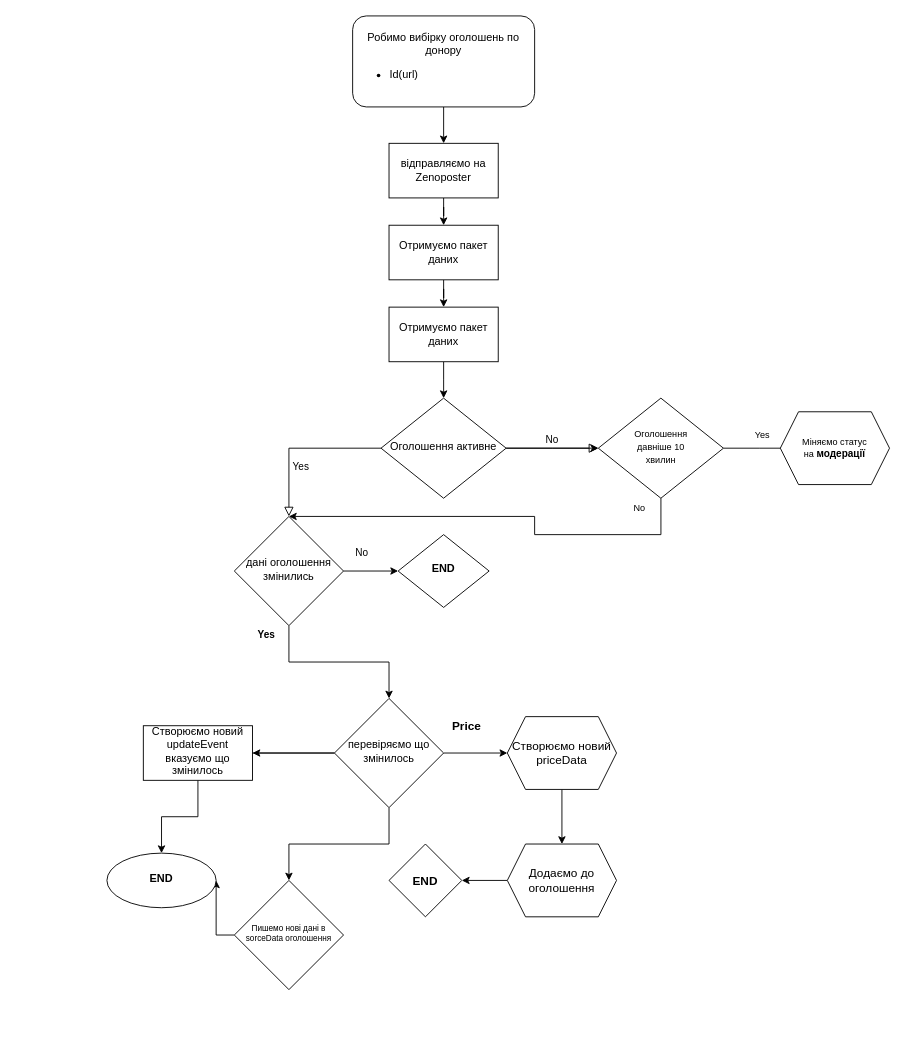
The draw.io diagram Algorithm_2.drawio in Dromich/car_dog_diagram, before the edit. Source tidied: cells renumbered, new cells numbered last; positions are measured from the earlier drawing's top-left corner, leaving out a move shared by most shapes. Both pictures are drawn from the tidied source at 91%, with x=0, y=0 at pixel (106, 15).
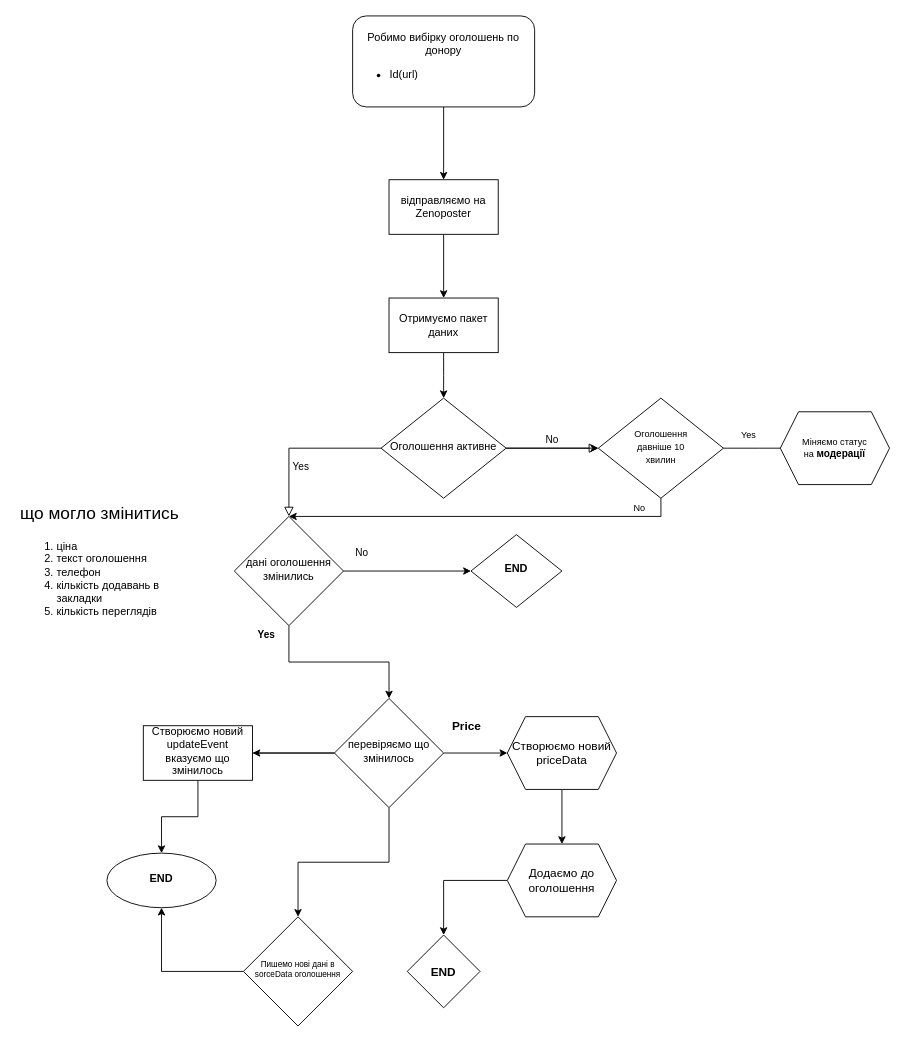
After the change.

The change refers to these unchanged cells:
```xml
<mxCell id="10" value="дані оголошення змінились" style="rhombus;whiteSpace=wrap;html=1;shadow=0;fontFamily=Helvetica;fontSize=12;align=center;strokeWidth=1;spacing=6;spacingTop=-4;" parent="1" vertex="1">
  <mxGeometry x="140" y="550" width="120" height="120" as="geometry" />
</mxCell>
<mxCell id="19" value="&lt;blockquote&gt;&lt;div align=&quot;center&quot;&gt;&lt;font style=&quot;font-size: 10px; line-height: 1;&quot;&gt;Оголошення давніше 10 хвилин&lt;/font&gt;&lt;/div&gt;&lt;/blockquote&gt;" style="rhombus;whiteSpace=wrap;html=1;shadow=0;fontFamily=Helvetica;fontSize=12;align=center;strokeWidth=1;spacing=6;spacingTop=-4;" parent="1" vertex="1">
  <mxGeometry x="540" y="420" width="137.5" height="110" as="geometry" />
</mxCell>
```

Change to the diagram source:
```diff
@@
-    <mxCell id="11" style="edgeStyle=orthogonalEdgeStyle;rounded=0;jettySize=auto;html=1;" parent="1" edge="1" source="12" target="14">
+    <mxCell id="11" style="edgeStyle=orthogonalEdgeStyle;rounded=0;jettySize=auto;html=1;" parent="1" edge="1" source="12" target="16">
       <mxGeometry relative="1" as="geometry" />
     </mxCell>
     <mxCell id="12" value="відправляємо на Zenoposter" style="rounded=0;whiteSpace=wrap;html=1;" parent="1" vertex="1">
-      <mxGeometry x="310" y="140" width="120" height="60" as="geometry" />
+      <mxGeometry x="310" y="180" width="120" height="60" as="geometry" />
     </mxCell>
-    <mxCell id="13" style="edgeStyle=orthogonalEdgeStyle;rounded=0;jettySize=auto;html=1;" parent="1" edge="1" source="14" target="16">
-      <mxGeometry relative="1" as="geometry" />
-    </mxCell>
-    <mxCell id="14" value="Отримуємо пакет даних" style="rounded=0;whiteSpace=wrap;html=1;" parent="1" vertex="1">
-      <mxGeometry x="310" y="230" width="120" height="60" as="geometry" />
-    </mxCell>
@@
     <mxCell id="16" value="Отримуємо пакет даних" style="rounded=0;whiteSpace=wrap;html=1;" parent="1" vertex="1">
-      <mxGeometry x="310" y="320" width="120" height="60" as="geometry" />
+      <mxGeometry x="310" y="310" width="120" height="60" as="geometry" />
     </mxCell>
@@
     <mxCell id="18" style="edgeStyle=orthogonalEdgeStyle;rounded=0;jettySize=auto;html=1;fontSize=10;" parent="1" edge="1" source="19" target="10">
       <mxGeometry relative="1" as="geometry">
         <Array as="points">
-          <mxPoint x="609" y="570" />
-          <mxPoint x="470" y="570" />
-          <mxPoint x="470" y="550" />
+          <mxPoint x="609" y="550" />
         </Array>
       </mxGeometry>
     </mxCell>
@@
     <mxCell id="20" value="Yes" style="text;html=1;align=center;verticalAlign=middle;strokeColor=none;fillColor=none;fontSize=10;" parent="1" vertex="1">
-      <mxGeometry x="705" y="450" width="30" height="20" as="geometry" />
+      <mxGeometry x="690" y="450" width="30" height="20" as="geometry" />
     </mxCell>
@@
     <mxCell id="23" value="&lt;b&gt;END&lt;/b&gt;" style="rhombus;whiteSpace=wrap;html=1;shadow=0;fontFamily=Helvetica;fontSize=12;align=center;strokeWidth=1;spacing=6;spacingTop=-4;" parent="1" vertex="1">
-      <mxGeometry x="320" y="570" width="100" height="80" as="geometry" />
+      <mxGeometry x="400" y="570" width="100" height="80" as="geometry" />
     </mxCell>
@@
     <mxCell id="32" value="&lt;div style=&quot;font-size: 9px;&quot;&gt;Пишемо нові дані в sorceData оголошення&lt;/div&gt;" style="rhombus;whiteSpace=wrap;html=1;shadow=0;fontFamily=Helvetica;fontSize=12;align=center;strokeWidth=1;spacing=6;spacingTop=-4;" parent="1" vertex="1">
-      <mxGeometry x="140" y="950" width="120" height="120" as="geometry" />
+      <mxGeometry x="150" y="990" width="120" height="120" as="geometry" />
     </mxCell>
@@
     <mxCell id="38" value="&lt;b&gt;END&lt;/b&gt;" style="rhombus;whiteSpace=wrap;html=1;fontSize=13;" parent="1" vertex="1">
-      <mxGeometry x="310" y="910" width="80" height="80" as="geometry" />
+      <mxGeometry x="330" y="1010" width="80" height="80" as="geometry" />
     </mxCell>
@@
+    <mxCell id="42" value="&lt;h1&gt;&lt;span style=&quot;font-weight: normal;&quot;&gt;&lt;font style=&quot;font-size: 19px; line-height: 0.5;&quot;&gt;що могло змінитись&lt;/font&gt;&lt;/span&gt;&lt;br&gt;&lt;/h1&gt;&lt;ol&gt;&lt;li&gt;ціна &lt;br&gt;&lt;/li&gt;&lt;li&gt;текст оголошення&lt;/li&gt;&lt;li&gt;телефон&lt;/li&gt;&lt;li&gt;кількість додавань в закладки&lt;/li&gt;&lt;li&gt;кількість переглядів&lt;br&gt;&lt;/li&gt;&lt;/ol&gt;" style="text;html=1;strokeColor=none;fillColor=none;spacing=5;spacingTop=-20;whiteSpace=wrap;overflow=hidden;rounded=0;" parent="1" vertex="1">
+      <mxGeometry x="-100" y="525" width="190" height="170" as="geometry" />
+    </mxCell>
```
